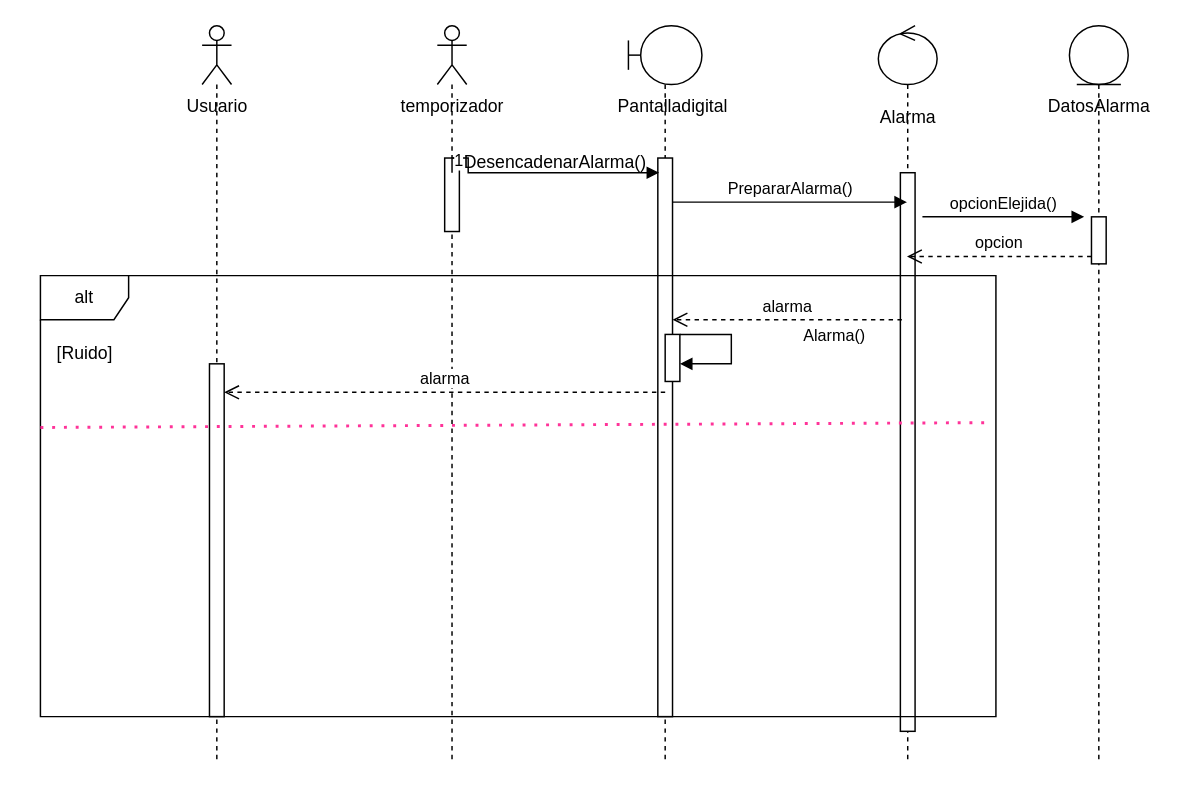
Earlier version of the draw.io diagram page "Página-2" (2 of 2) of drawio/Repaso_Exam.drawio (Carlosrt15/practicas-y-proyectos). Source tidied: cells renumbered, new cells numbered last; positions are measured from the earlier drawing's top-left corner, leaving out a move shared by most shapes. Both pictures are drawn from the tidied source at 147%, with x=0, y=0 at pixel (40, 25).
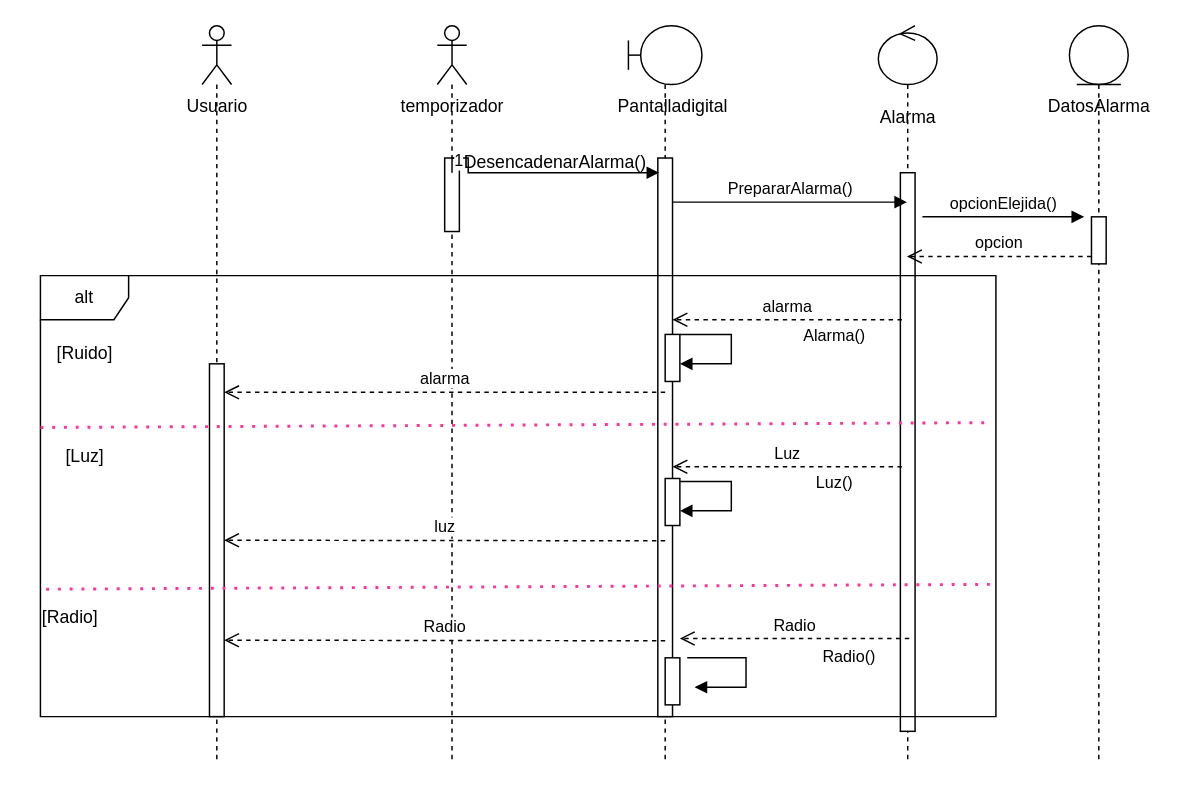
The same page after the edit.

Commit message:
Cambios con drawIO

The edit, as a diff of the source:
```diff
@@
+    <mxCell id="30" value="[Luz]" style="text;html=1;align=center;verticalAlign=middle;strokeColor=none;fillColor=none;" parent="1" vertex="1">
+      <mxGeometry x="5" y="278" width="50" height="30" as="geometry" />
+    </mxCell>
+    <mxCell id="31" value="Luz" style="html=1;verticalAlign=bottom;endArrow=open;dashed=1;endSize=8;curved=0;rounded=0;exitX=0;exitY=1;exitDx=0;exitDy=-5;exitPerimeter=0;" parent="1" edge="1">
+      <mxGeometry relative="1" as="geometry">
+        <mxPoint x="586" y="300" as="sourcePoint" />
+        <mxPoint x="430" y="300" as="targetPoint" />
+      </mxGeometry>
+    </mxCell>
+    <mxCell id="32" style="html=1;perimeter=orthogonalPerimeter;targetShapes=umlLifeline;newEdgeStyle={&quot;curved&quot;:0,&quot;rounded&quot;:0};" parent="1" vertex="1">
+      <mxGeometry x="425" y="308" width="10" height="32" as="geometry" />
+    </mxCell>
+    <mxCell id="33" value="Luz()" style="html=1;verticalAlign=bottom;endArrow=block;curved=0;rounded=0;" parent="1" edge="1">
+      <mxGeometry y="70" relative="1" as="geometry">
+        <mxPoint x="435" y="310" as="sourcePoint" />
+        <mxPoint x="435" y="330" as="targetPoint" />
+        <Array as="points">
+          <mxPoint x="470" y="310" />
+          <mxPoint x="470" y="330" />
+        </Array>
+      </mxGeometry>
+    </mxCell>
+    <mxCell id="34" value="luz" style="html=1;verticalAlign=bottom;endArrow=open;dashed=1;endSize=8;curved=0;rounded=0;exitX=0;exitY=1;exitDx=0;exitDy=-5;exitPerimeter=0;" parent="1" edge="1">
+      <mxGeometry relative="1" as="geometry">
+        <mxPoint x="425" y="350.4" as="sourcePoint" />
+        <mxPoint x="125" y="350" as="targetPoint" />
+      </mxGeometry>
+    </mxCell>
+    <mxCell id="35" style="endArrow=none;dashed=1;html=1;dashPattern=1 3;strokeWidth=2;rounded=0;exitX=0.003;exitY=0.461;exitDx=0;exitDy=0;exitPerimeter=0;entryX=0.997;entryY=0.45;entryDx=0;entryDy=0;entryPerimeter=0;fontColor=#3333FF;labelBackgroundColor=light-dark(#243565, #ededed);labelBorderColor=#FF66B3;textShadow=0;spacingLeft=2;strokeColor=#FF3399;" parent="1" edge="1">
+      <mxGeometry relative="1" as="geometry">
+        <mxPoint x="3.9" y="383.3" as="sourcePoint" />
+        <mxPoint x="650" y="380" as="targetPoint" />
+      </mxGeometry>
+    </mxCell>
+    <mxCell id="36" value="[Radio]" style="text;html=1;align=center;verticalAlign=middle;strokeColor=none;fillColor=none;" parent="1" vertex="1">
+      <mxGeometry x="-10" y="388" width="60" height="30" as="geometry" />
+    </mxCell>
+    <mxCell id="37" value="Radio" style="html=1;verticalAlign=bottom;endArrow=open;dashed=1;endSize=8;curved=0;rounded=0;exitX=0;exitY=1;exitDx=0;exitDy=-5;exitPerimeter=0;" parent="1" edge="1">
+      <mxGeometry relative="1" as="geometry">
+        <mxPoint x="591" y="416.8" as="sourcePoint" />
+        <mxPoint x="435" y="416.8" as="targetPoint" />
+      </mxGeometry>
+    </mxCell>
+    <mxCell id="38" style="html=1;perimeter=orthogonalPerimeter;targetShapes=umlLifeline;newEdgeStyle={&quot;curved&quot;:0,&quot;rounded&quot;:0};" parent="1" vertex="1">
+      <mxGeometry x="425" y="430" width="10" height="32" as="geometry" />
+    </mxCell>
+    <mxCell id="39" value="Radio()" style="html=1;verticalAlign=bottom;endArrow=block;curved=0;rounded=0;" parent="1" edge="1">
+      <mxGeometry y="70" relative="1" as="geometry">
+        <mxPoint x="440" y="430" as="sourcePoint" />
+        <mxPoint x="445" y="450" as="targetPoint" />
+        <Array as="points">
+          <mxPoint x="480" y="430" />
+          <mxPoint x="480" y="450" />
+        </Array>
+      </mxGeometry>
+    </mxCell>
+    <mxCell id="40" value="Radio" style="html=1;verticalAlign=bottom;endArrow=open;dashed=1;endSize=8;curved=0;rounded=0;exitX=0;exitY=1;exitDx=0;exitDy=-5;exitPerimeter=0;" parent="1" edge="1">
+      <mxGeometry relative="1" as="geometry">
+        <mxPoint x="425" y="418.4" as="sourcePoint" />
+        <mxPoint x="125" y="418" as="targetPoint" />
+      </mxGeometry>
+    </mxCell>
```
